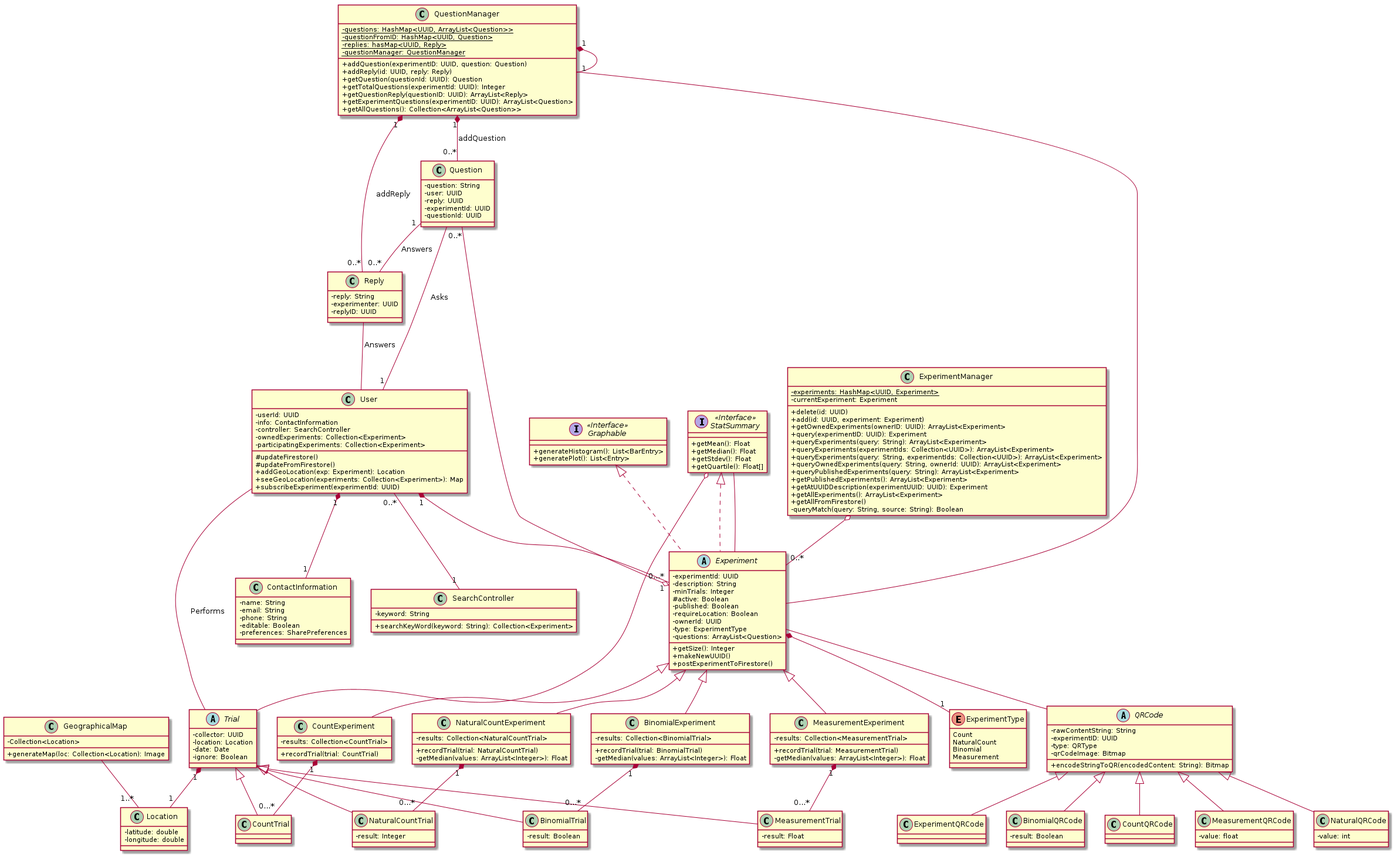
Above: doc/uml/UML.png in CMPUT301W21T03/Experiment-Automata (PlantUML), before the change.
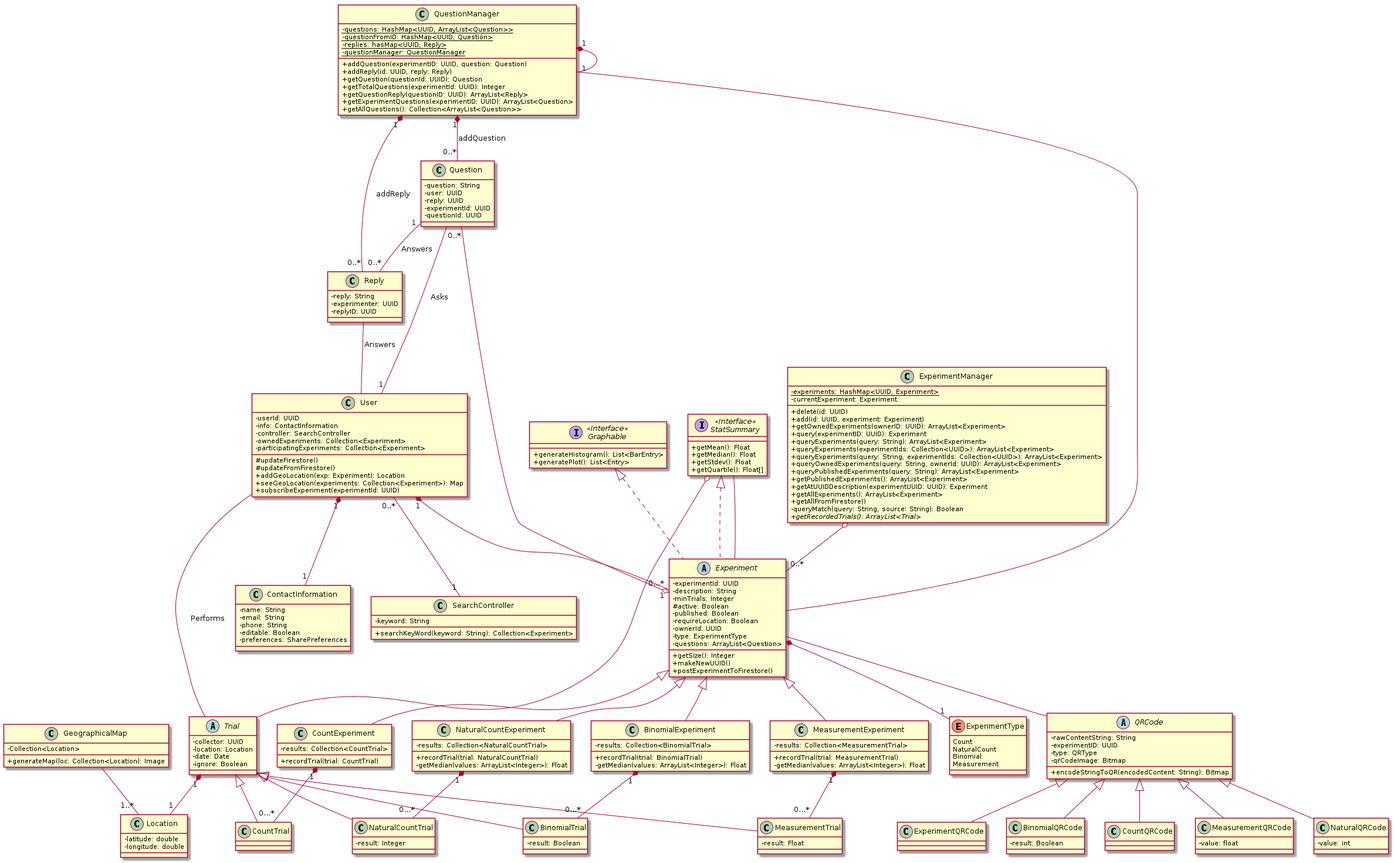
After the commit.

What changed in the source:
```diff
@@ -33,6 +33,7 @@
    + getAllExperiments(): ArrayList<Experiment>
    + getAllFromFirestore()
    - queryMatch(query: String, source: String): Boolean
+   + {abstract} getRecordedTrials(): ArrayList<Trial>
 }
 
 ExperimentManager o-- "0..*" Experiment
@@ -213,6 +214,7 @@
     +searchKeyWord(keyword: String): Collection<Experiment>
 }
 
+
 User "1" *-- "1" ContactInformation
 User "1" *-- "0...*" Experiment
 
```
